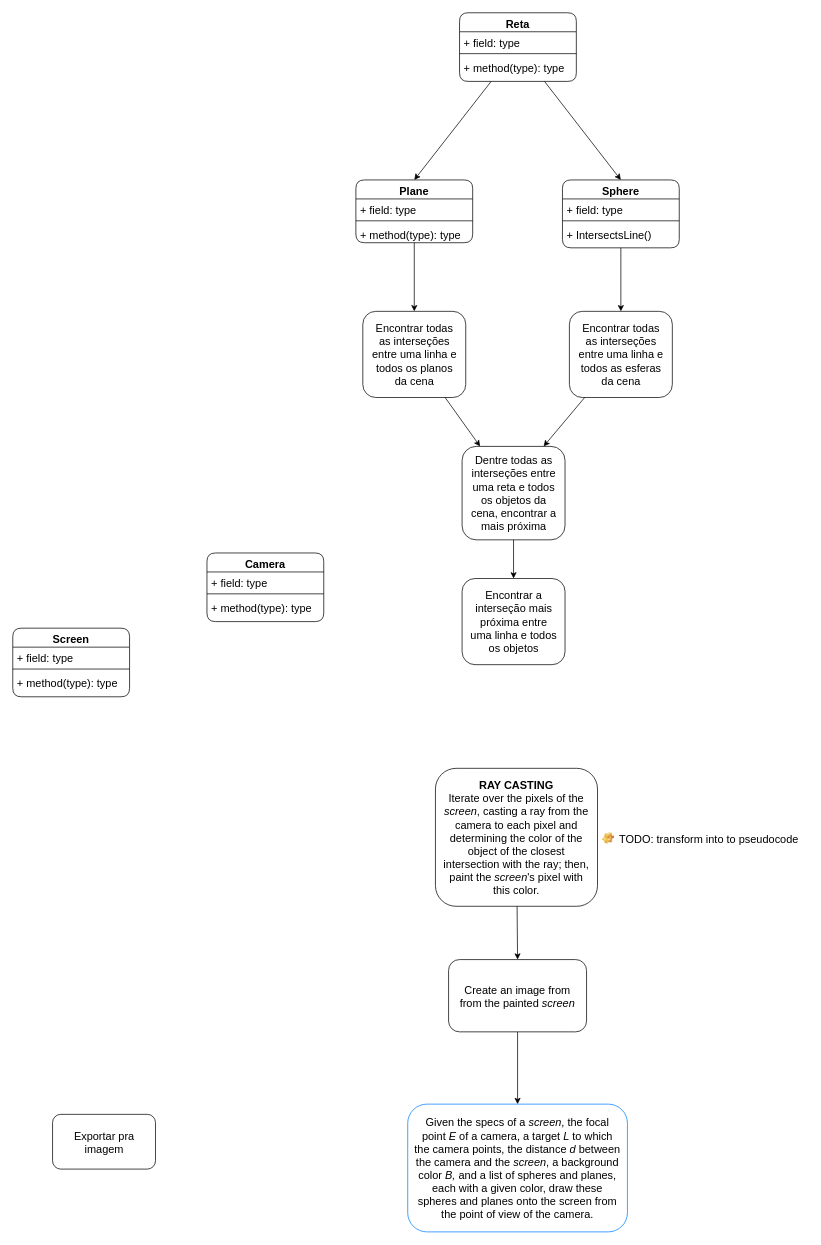
Above: Implementation UML/Plain Ray Casting.drawio in addaesg/Ray-Tracing (draw.io), before the change. Source tidied: cells renumbered, new cells numbered last; positions are measured from the earlier drawing's top-left corner, leaving out a move shared by most shapes. Both pictures are drawn from the tidied source at 73%, with x=0, y=0 at pixel (12, 12).
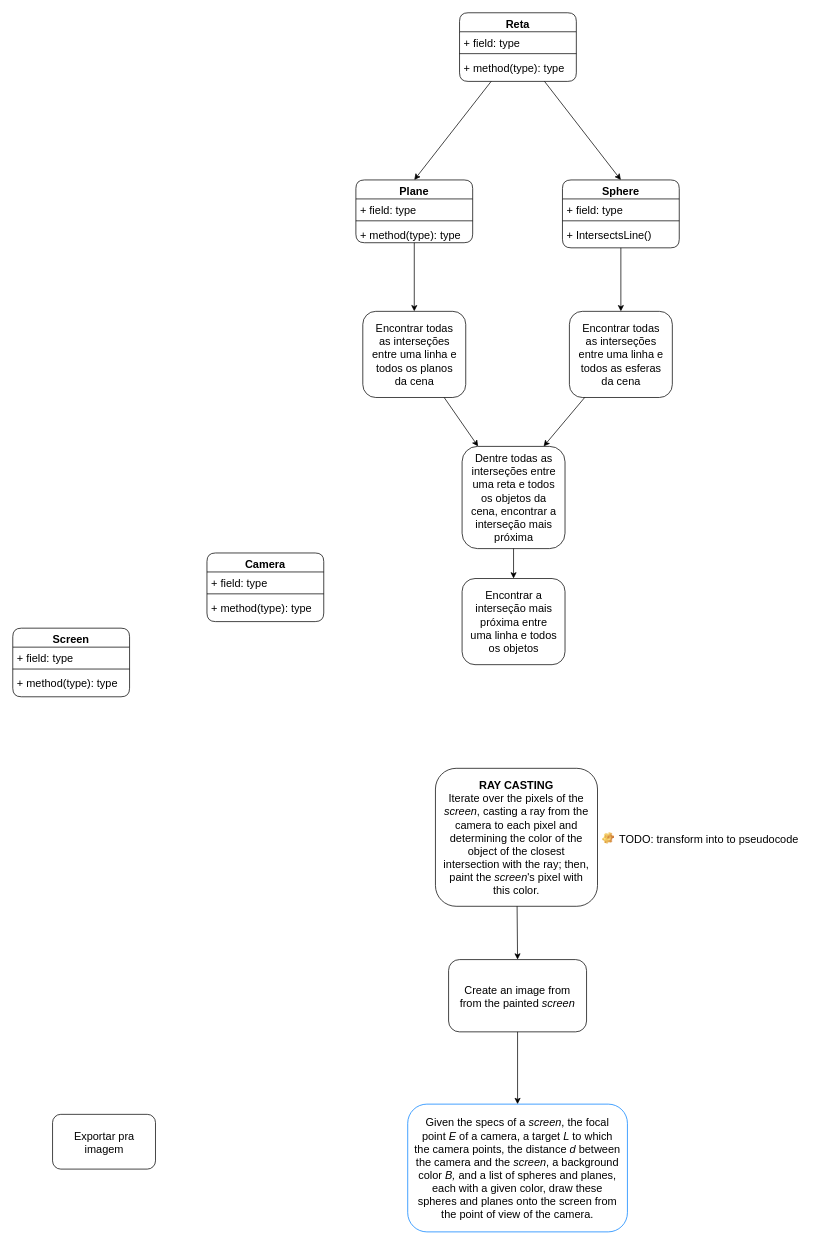
The same page after the edit.

What changed in the source:
```diff
@@
-    <mxCell id="39" value="Dentre todas as interseções entre uma reta e todos os objetos da cena, encontrar a mais próxima" style="text;html=1;strokeColor=default;fillColor=none;align=center;verticalAlign=middle;whiteSpace=wrap;rounded=1;fontSize=15;spacingLeft=8;spacingRight=8;" parent="1" vertex="1">
-      <mxGeometry x="615.5" y="594" width="141" height="128" as="geometry" />
+    <mxCell id="39" value="Dentre todas as interseções entre uma reta e todos os objetos da cena, encontrar a interseção mais próxima" style="text;html=1;strokeColor=default;fillColor=none;align=center;verticalAlign=middle;whiteSpace=wrap;rounded=1;fontSize=15;spacingLeft=8;spacingRight=8;" parent="1" vertex="1">
+      <mxGeometry x="615.5" y="594" width="141" height="140" as="geometry" />
     </mxCell>
```
